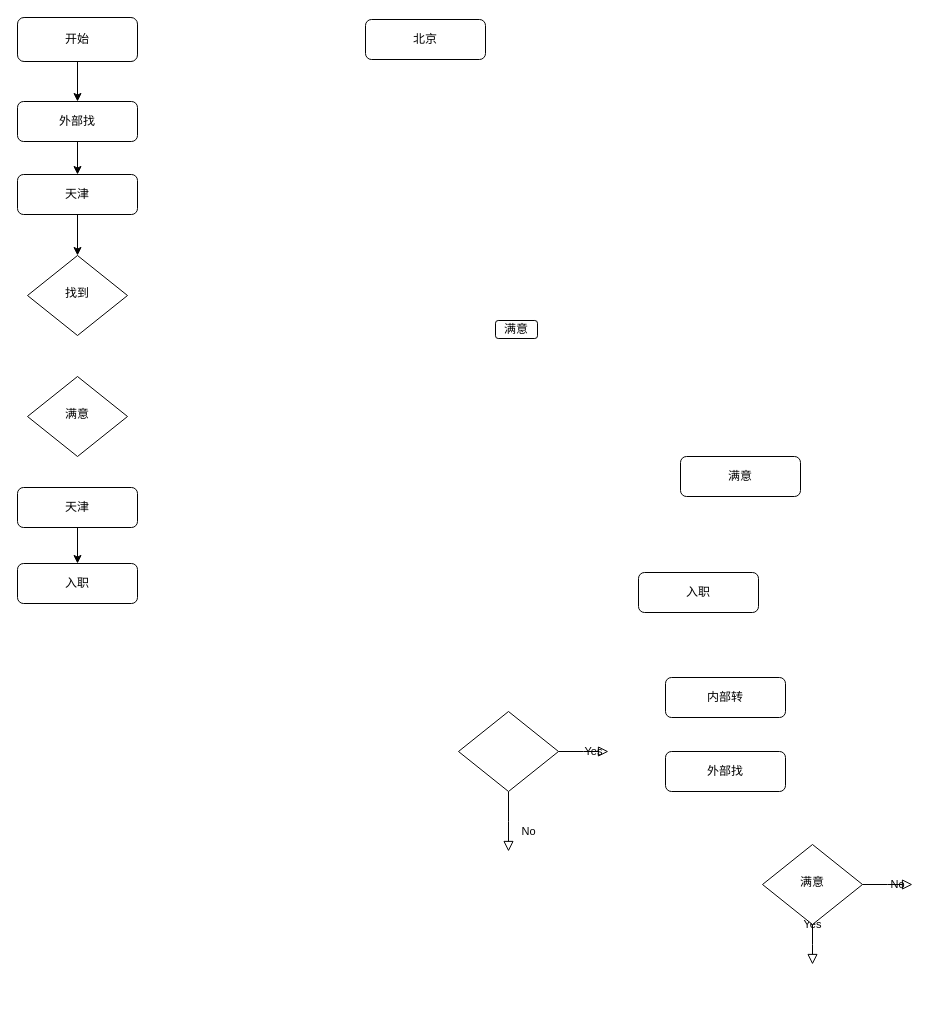
Earlier version of the draw.io diagram CommonDragram/未命名绘图.drawio (ljf0705/FlowPictureWithMorePoject). Source tidied: cells renumbered, new cells numbered last; positions are measured from the earlier drawing's top-left corner, leaving out a move shared by most shapes. Both pictures are drawn from the tidied source at 100%, with x=0, y=0 at pixel (17, 17).
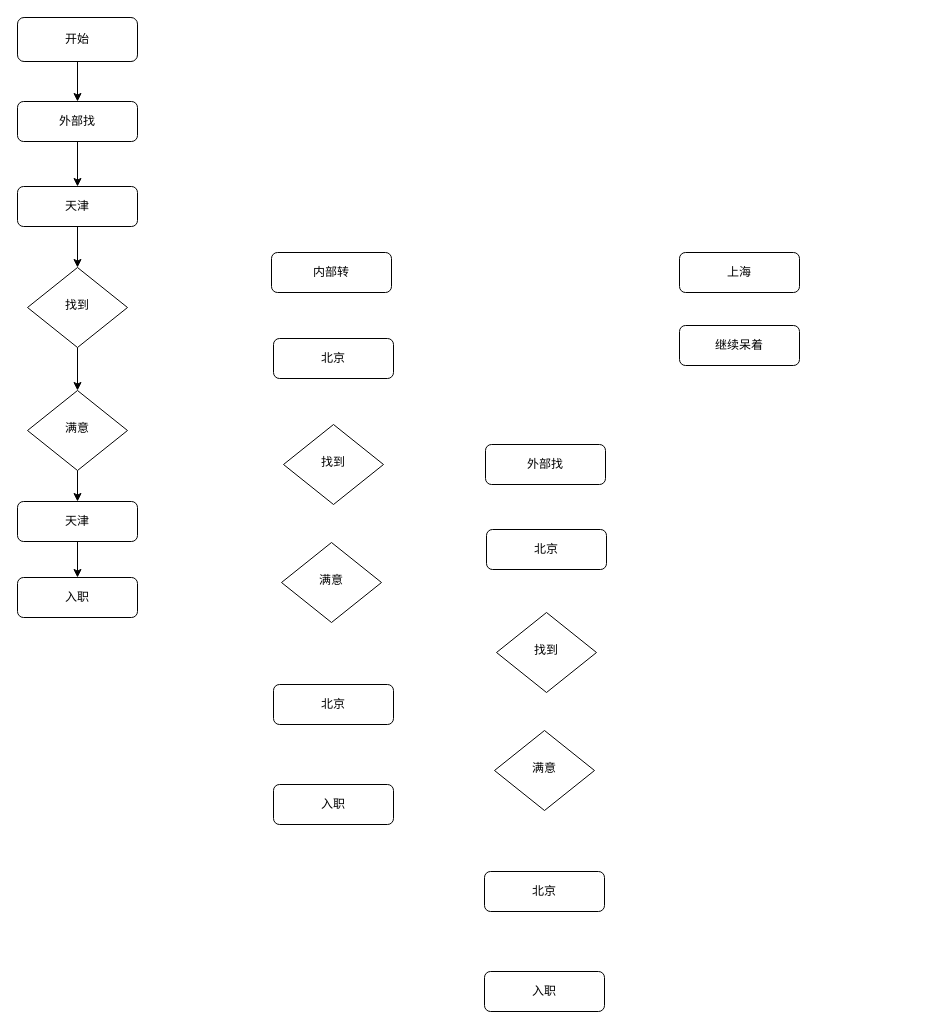
Above is the later version.

Commit message (it also covers changes not shown here):
更新未命名绘图.drawio

Diff of the diagram source:
```diff
@@
-    <mxCell id="4" value="Yes" style="rounded=0;html=1;jettySize=auto;fontSize=11;endArrow=block;endFill=0;endSize=8;strokeWidth=1;shadow=0;labelBackgroundColor=none;edgeStyle=orthogonalEdgeStyle;" parent="1" edge="1" source="6">
-      <mxGeometry y="20" relative="1" as="geometry">
-        <mxPoint x="795" y="947" as="targetPoint" />
-      </mxGeometry>
-    </mxCell>
-    <mxCell id="5" value="No" style="edgeStyle=orthogonalEdgeStyle;rounded=0;html=1;jettySize=auto;fontSize=11;endArrow=block;endFill=0;endSize=8;strokeWidth=1;shadow=0;labelBackgroundColor=none;" parent="1" edge="1" source="6">
-      <mxGeometry y="10" relative="1" as="geometry">
-        <mxPoint x="895" y="867" as="targetPoint" />
-      </mxGeometry>
-    </mxCell>
-    <mxCell id="6" value="&lt;span&gt;满意&lt;/span&gt;" style="rhombus;whiteSpace=wrap;html=1;shadow=0;fontFamily=Helvetica;fontSize=12;align=center;strokeWidth=1;spacing=6;spacingTop=-4;" parent="1" vertex="1">
-      <mxGeometry x="745" y="827" width="100" height="80" as="geometry" />
-    </mxCell>
-    <mxCell id="7" value="No" style="rounded=0;html=1;jettySize=auto;fontSize=11;endArrow=block;endFill=0;endSize=8;strokeWidth=1;shadow=0;labelBackgroundColor=none;edgeStyle=orthogonalEdgeStyle;" parent="1" edge="1" source="9">
-      <mxGeometry x="0.33" y="20" relative="1" as="geometry">
-        <mxPoint x="491" y="834" as="targetPoint" />
-      </mxGeometry>
-    </mxCell>
-    <mxCell id="8" value="Yes" style="edgeStyle=orthogonalEdgeStyle;rounded=0;html=1;jettySize=auto;fontSize=11;endArrow=block;endFill=0;endSize=8;strokeWidth=1;shadow=0;labelBackgroundColor=none;" parent="1" edge="1" source="9">
-      <mxGeometry y="10" relative="1" as="geometry">
-        <mxPoint x="591" y="734" as="targetPoint" />
-      </mxGeometry>
-    </mxCell>
-    <mxCell id="9" style="rhombus;whiteSpace=wrap;html=1;shadow=0;fontFamily=Helvetica;fontSize=12;align=center;strokeWidth=1;spacing=6;spacingTop=-4;" parent="1" vertex="1">
-      <mxGeometry x="441" y="694" width="100" height="80" as="geometry" />
-    </mxCell>
@@
     <mxCell id="11" value="天津" style="rounded=1;whiteSpace=wrap;html=1;fontSize=12;glass=0;strokeWidth=1;shadow=0;" parent="1" vertex="1">
-      <mxGeometry y="157" width="120" height="40" as="geometry" />
+      <mxGeometry y="169" width="120" height="40" as="geometry" />
     </mxCell>
     <mxCell id="12" value="北京" style="rounded=1;whiteSpace=wrap;html=1;fontSize=12;glass=0;strokeWidth=1;shadow=0;" parent="1" vertex="1">
-      <mxGeometry x="348" y="2" width="120" height="40" as="geometry" />
+      <mxGeometry x="256" y="667" width="120" height="40" as="geometry" />
     </mxCell>
-    <mxCell id="13" value="满意" style="rounded=1;whiteSpace=wrap;html=1;fontSize=12;glass=0;strokeWidth=1;shadow=0;" parent="1" vertex="1">
-      <mxGeometry x="478" y="303" width="42" height="18" as="geometry" />
-    </mxCell>
-    <mxCell id="14" value="满意" style="rounded=1;whiteSpace=wrap;html=1;fontSize=12;glass=0;strokeWidth=1;shadow=0;" parent="1" vertex="1">
-      <mxGeometry x="663" y="439" width="120" height="40" as="geometry" />
-    </mxCell>
     <mxCell id="15" value="入职" style="rounded=1;whiteSpace=wrap;html=1;fontSize=12;glass=0;strokeWidth=1;shadow=0;" parent="1" vertex="1">
-      <mxGeometry x="621" y="555" width="120" height="40" as="geometry" />
+      <mxGeometry x="256" y="767" width="120" height="40" as="geometry" />
     </mxCell>
     <mxCell id="16" value="内部转" style="rounded=1;whiteSpace=wrap;html=1;fontSize=12;glass=0;strokeWidth=1;shadow=0;" parent="1" vertex="1">
-      <mxGeometry x="648" y="660" width="120" height="40" as="geometry" />
+      <mxGeometry x="254" y="235" width="120" height="40" as="geometry" />
     </mxCell>
     <mxCell id="17" value="外部找" style="rounded=1;whiteSpace=wrap;html=1;fontSize=12;glass=0;strokeWidth=1;shadow=0;" parent="1" vertex="1">
-      <mxGeometry x="648" y="734" width="120" height="40" as="geometry" />
+      <mxGeometry x="468" y="427" width="120" height="40" as="geometry" />
     </mxCell>
@@
+    <mxCell id="25" style="edgeStyle=orthogonalEdgeStyle;rounded=0;jettySize=auto;html=1;" parent="1" edge="1" source="20" target="24">
+      <mxGeometry relative="1" as="geometry" />
+    </mxCell>
     <mxCell id="20" value="找到" style="rhombus;whiteSpace=wrap;html=1;shadow=0;fontFamily=Helvetica;fontSize=12;align=center;strokeWidth=1;spacing=6;spacingTop=-4;" parent="1" vertex="1">
-      <mxGeometry x="10" y="238" width="100" height="80" as="geometry" />
+      <mxGeometry x="10" y="250" width="100" height="80" as="geometry" />
     </mxCell>
@@
     <mxCell id="22" value="天津" style="rounded=1;whiteSpace=wrap;html=1;fontSize=12;glass=0;strokeWidth=1;shadow=0;" parent="1" vertex="1">
-      <mxGeometry y="470" width="120" height="40" as="geometry" />
+      <mxGeometry y="484" width="120" height="40" as="geometry" />
     </mxCell>
     <mxCell id="23" value="入职" style="rounded=1;whiteSpace=wrap;html=1;fontSize=12;glass=0;strokeWidth=1;shadow=0;" parent="1" vertex="1">
-      <mxGeometry y="546" width="120" height="40" as="geometry" />
+      <mxGeometry y="560" width="120" height="40" as="geometry" />
     </mxCell>
+    <mxCell id="26" style="edgeStyle=orthogonalEdgeStyle;rounded=0;jettySize=auto;html=1;entryX=0.5;entryY=0;entryDx=0;entryDy=0;" parent="1" edge="1" source="24" target="22">
+      <mxGeometry relative="1" as="geometry" />
+    </mxCell>
     <mxCell id="24" value="&lt;span&gt;满意&lt;/span&gt;" style="rhombus;whiteSpace=wrap;html=1;shadow=0;fontFamily=Helvetica;fontSize=12;align=center;strokeWidth=1;spacing=6;spacingTop=-4;" parent="1" vertex="1">
-      <mxGeometry x="10" y="359" width="100" height="80" as="geometry" />
+      <mxGeometry x="10" y="373" width="100" height="80" as="geometry" />
     </mxCell>
+    <mxCell id="27" value="找到" style="rhombus;whiteSpace=wrap;html=1;shadow=0;fontFamily=Helvetica;fontSize=12;align=center;strokeWidth=1;spacing=6;spacingTop=-4;" parent="1" vertex="1">
+      <mxGeometry x="266" y="407" width="100" height="80" as="geometry" />
+    </mxCell>
+    <mxCell id="28" value="&lt;span&gt;满意&lt;/span&gt;" style="rhombus;whiteSpace=wrap;html=1;shadow=0;fontFamily=Helvetica;fontSize=12;align=center;strokeWidth=1;spacing=6;spacingTop=-4;" parent="1" vertex="1">
+      <mxGeometry x="264" y="525" width="100" height="80" as="geometry" />
+    </mxCell>
+    <mxCell id="29" value="北京" style="rounded=1;whiteSpace=wrap;html=1;fontSize=12;glass=0;strokeWidth=1;shadow=0;" parent="1" vertex="1">
+      <mxGeometry x="256" y="321" width="120" height="40" as="geometry" />
+    </mxCell>
+    <mxCell id="30" value="北京" style="rounded=1;whiteSpace=wrap;html=1;fontSize=12;glass=0;strokeWidth=1;shadow=0;" parent="1" vertex="1">
+      <mxGeometry x="469" y="512" width="120" height="40" as="geometry" />
+    </mxCell>
+    <mxCell id="31" value="找到" style="rhombus;whiteSpace=wrap;html=1;shadow=0;fontFamily=Helvetica;fontSize=12;align=center;strokeWidth=1;spacing=6;spacingTop=-4;" parent="1" vertex="1">
+      <mxGeometry x="479" y="595" width="100" height="80" as="geometry" />
+    </mxCell>
+    <mxCell id="32" value="&lt;span&gt;满意&lt;/span&gt;" style="rhombus;whiteSpace=wrap;html=1;shadow=0;fontFamily=Helvetica;fontSize=12;align=center;strokeWidth=1;spacing=6;spacingTop=-4;" parent="1" vertex="1">
+      <mxGeometry x="477" y="713" width="100" height="80" as="geometry" />
+    </mxCell>
+    <mxCell id="33" value="北京" style="rounded=1;whiteSpace=wrap;html=1;fontSize=12;glass=0;strokeWidth=1;shadow=0;" parent="1" vertex="1">
+      <mxGeometry x="467" y="854" width="120" height="40" as="geometry" />
+    </mxCell>
+    <mxCell id="34" value="入职" style="rounded=1;whiteSpace=wrap;html=1;fontSize=12;glass=0;strokeWidth=1;shadow=0;" parent="1" vertex="1">
+      <mxGeometry x="467" y="954" width="120" height="40" as="geometry" />
+    </mxCell>
+    <mxCell id="35" value="上海" style="rounded=1;whiteSpace=wrap;html=1;fontSize=12;glass=0;strokeWidth=1;shadow=0;" parent="1" vertex="1">
+      <mxGeometry x="662" y="235" width="120" height="40" as="geometry" />
+    </mxCell>
+    <mxCell id="36" value="继续呆着" style="rounded=1;whiteSpace=wrap;html=1;fontSize=12;glass=0;strokeWidth=1;shadow=0;" parent="1" vertex="1">
+      <mxGeometry x="662" y="308" width="120" height="40" as="geometry" />
+    </mxCell>
```
